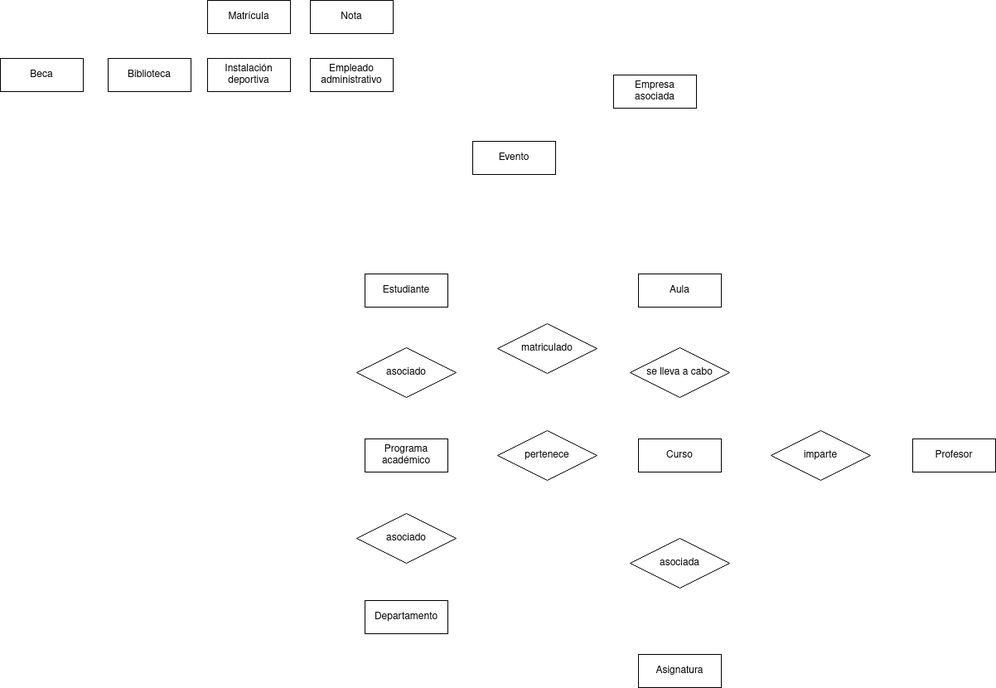
This is modelo-er/Modelo ER.drawio.png from RafaelMayor/proyectoBBDD, a draw.io export, as it was before one commit. Source tidied: cells renumbered, new cells last; positions are measured from the earlier drawing's top-left corner, leaving out a move shared by most shapes. Source of this version:
```xml
<mxGraphModel>
  <root>
    <mxCell id="0" />
    <mxCell id="1" parent="0" />
    <mxCell id="2" value="Estudiante" style="whiteSpace=wrap;html=1;align=center;" parent="1" vertex="1">
      <mxGeometry x="440" y="330" width="100" height="40" as="geometry" />
    </mxCell>
    <mxCell id="3" value="Profesor" style="whiteSpace=wrap;html=1;align=center;" parent="1" vertex="1">
      <mxGeometry x="1101" y="529" width="100" height="40" as="geometry" />
    </mxCell>
    <mxCell id="4" value="Programa académico" style="whiteSpace=wrap;html=1;align=center;" parent="1" vertex="1">
      <mxGeometry x="440" y="529" width="100" height="40" as="geometry" />
    </mxCell>
    <mxCell id="5" value="Curso" style="whiteSpace=wrap;html=1;align=center;" parent="1" vertex="1">
      <mxGeometry x="770" y="529" width="100" height="40" as="geometry" />
    </mxCell>
    <mxCell id="6" value="Asignatura" style="whiteSpace=wrap;html=1;align=center;" parent="1" vertex="1">
      <mxGeometry x="770" y="789" width="100" height="40" as="geometry" />
    </mxCell>
    <mxCell id="7" value="Aula" style="whiteSpace=wrap;html=1;align=center;" parent="1" vertex="1">
      <mxGeometry x="770" y="330" width="100" height="40" as="geometry" />
    </mxCell>
    <mxCell id="8" value="Departamento" style="whiteSpace=wrap;html=1;align=center;" parent="1" vertex="1">
      <mxGeometry x="440" y="724" width="100" height="40" as="geometry" />
    </mxCell>
    <mxCell id="9" value="Matrícula" style="whiteSpace=wrap;html=1;align=center;" parent="1" vertex="1">
      <mxGeometry x="250" width="100" height="40" as="geometry" />
    </mxCell>
    <mxCell id="10" value="Nota" style="whiteSpace=wrap;html=1;align=center;" parent="1" vertex="1">
      <mxGeometry x="374" width="100" height="40" as="geometry" />
    </mxCell>
    <mxCell id="11" value="Evento" style="whiteSpace=wrap;html=1;align=center;" parent="1" vertex="1">
      <mxGeometry x="570" y="170" width="100" height="40" as="geometry" />
    </mxCell>
    <mxCell id="12" value="Beca" style="whiteSpace=wrap;html=1;align=center;" parent="1" vertex="1">
      <mxGeometry y="70" width="100" height="40" as="geometry" />
    </mxCell>
    <mxCell id="13" value="Biblioteca" style="whiteSpace=wrap;html=1;align=center;" parent="1" vertex="1">
      <mxGeometry x="130" y="70" width="100" height="40" as="geometry" />
    </mxCell>
    <mxCell id="14" value="Instalación deportiva" style="whiteSpace=wrap;html=1;align=center;" parent="1" vertex="1">
      <mxGeometry x="250" y="70" width="100" height="40" as="geometry" />
    </mxCell>
    <mxCell id="15" value="Empleado administrativo" style="whiteSpace=wrap;html=1;align=center;" parent="1" vertex="1">
      <mxGeometry x="374" y="70" width="100" height="40" as="geometry" />
    </mxCell>
    <mxCell id="16" value="Empresa asociada" style="whiteSpace=wrap;html=1;align=center;" parent="1" vertex="1">
      <mxGeometry x="740" y="90" width="100" height="40" as="geometry" />
    </mxCell>
    <mxCell id="17" value="asociado" style="shape=rhombus;perimeter=rhombusPerimeter;whiteSpace=wrap;html=1;align=center;" parent="1" vertex="1">
      <mxGeometry x="430" y="419" width="120" height="60" as="geometry" />
    </mxCell>
    <mxCell id="18" value="pertenece" style="shape=rhombus;perimeter=rhombusPerimeter;whiteSpace=wrap;html=1;align=center;" parent="1" vertex="1">
      <mxGeometry x="600" y="519" width="120" height="60" as="geometry" />
    </mxCell>
    <mxCell id="19" value="imparte" style="shape=rhombus;perimeter=rhombusPerimeter;whiteSpace=wrap;html=1;align=center;" parent="1" vertex="1">
      <mxGeometry x="930" y="519" width="120" height="60" as="geometry" />
    </mxCell>
    <mxCell id="20" value="asociada" style="shape=rhombus;perimeter=rhombusPerimeter;whiteSpace=wrap;html=1;align=center;" parent="1" vertex="1">
      <mxGeometry x="760" y="649" width="120" height="60" as="geometry" />
    </mxCell>
    <mxCell id="21" value="se lleva a cabo" style="shape=rhombus;perimeter=rhombusPerimeter;whiteSpace=wrap;html=1;align=center;" parent="1" vertex="1">
      <mxGeometry x="760" y="419" width="120" height="60" as="geometry" />
    </mxCell>
    <mxCell id="22" value="asociado" style="shape=rhombus;perimeter=rhombusPerimeter;whiteSpace=wrap;html=1;align=center;" parent="1" vertex="1">
      <mxGeometry x="430" y="619" width="120" height="60" as="geometry" />
    </mxCell>
    <mxCell id="23" value="matriculado" style="shape=rhombus;perimeter=rhombusPerimeter;whiteSpace=wrap;html=1;align=center;" parent="1" vertex="1">
      <mxGeometry x="600" y="390" width="120" height="60" as="geometry" />
    </mxCell>
  </root>
</mxGraphModel>
```
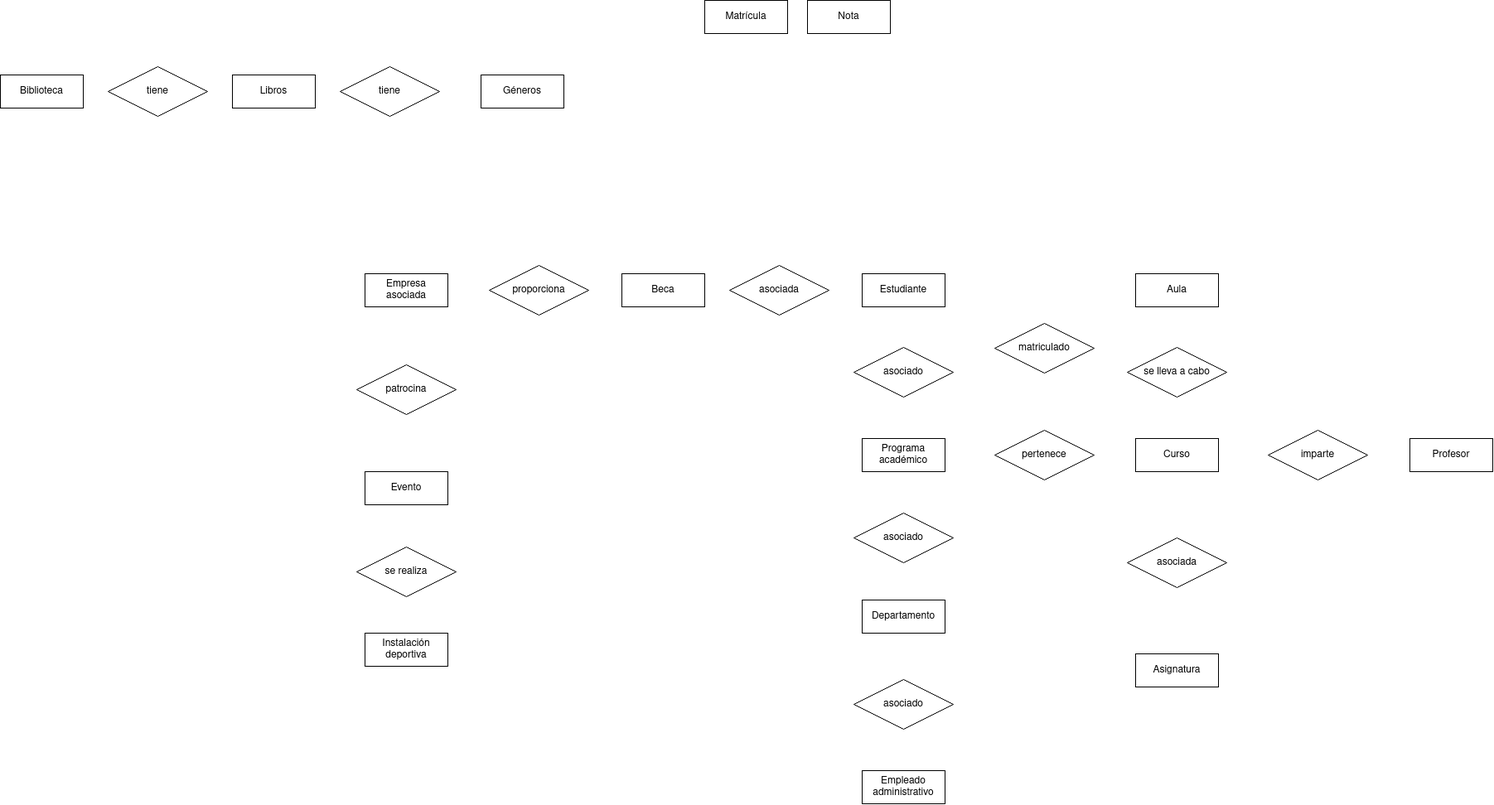
Above is the later version.

The edit, as a diff of the source:
```diff
@@ -30,22 +30,22 @@
       <mxGeometry x="374" width="100" height="40" as="geometry" />
     </mxCell>
     <mxCell id="11" value="Evento" style="whiteSpace=wrap;html=1;align=center;" parent="1" vertex="1">
-      <mxGeometry x="570" y="170" width="100" height="40" as="geometry" />
+      <mxGeometry x="-160" y="569" width="100" height="40" as="geometry" />
     </mxCell>
     <mxCell id="12" value="Beca" style="whiteSpace=wrap;html=1;align=center;" parent="1" vertex="1">
-      <mxGeometry y="70" width="100" height="40" as="geometry" />
+      <mxGeometry x="150" y="330" width="100" height="40" as="geometry" />
     </mxCell>
     <mxCell id="13" value="Biblioteca" style="whiteSpace=wrap;html=1;align=center;" parent="1" vertex="1">
-      <mxGeometry x="130" y="70" width="100" height="40" as="geometry" />
+      <mxGeometry x="-600" y="90" width="100" height="40" as="geometry" />
     </mxCell>
     <mxCell id="14" value="Instalación deportiva" style="whiteSpace=wrap;html=1;align=center;" parent="1" vertex="1">
-      <mxGeometry x="250" y="70" width="100" height="40" as="geometry" />
+      <mxGeometry x="-160" y="764" width="100" height="40" as="geometry" />
     </mxCell>
     <mxCell id="15" value="Empleado administrativo" style="whiteSpace=wrap;html=1;align=center;" parent="1" vertex="1">
-      <mxGeometry x="374" y="70" width="100" height="40" as="geometry" />
+      <mxGeometry x="440" y="930" width="100" height="40" as="geometry" />
     </mxCell>
     <mxCell id="16" value="Empresa asociada" style="whiteSpace=wrap;html=1;align=center;" parent="1" vertex="1">
-      <mxGeometry x="740" y="90" width="100" height="40" as="geometry" />
+      <mxGeometry x="-160" y="330" width="100" height="40" as="geometry" />
     </mxCell>
     <mxCell id="17" value="asociado" style="shape=rhombus;perimeter=rhombusPerimeter;whiteSpace=wrap;html=1;align=center;" parent="1" vertex="1">
       <mxGeometry x="430" y="419" width="120" height="60" as="geometry" />
@@ -68,5 +68,32 @@
     <mxCell id="23" value="matriculado" style="shape=rhombus;perimeter=rhombusPerimeter;whiteSpace=wrap;html=1;align=center;" parent="1" vertex="1">
       <mxGeometry x="600" y="390" width="120" height="60" as="geometry" />
     </mxCell>
+    <mxCell id="24" value="patrocina" style="shape=rhombus;perimeter=rhombusPerimeter;whiteSpace=wrap;html=1;align=center;" parent="1" vertex="1">
+      <mxGeometry x="-170" y="440" width="120" height="60" as="geometry" />
+    </mxCell>
+    <mxCell id="25" value="proporciona" style="shape=rhombus;perimeter=rhombusPerimeter;whiteSpace=wrap;html=1;align=center;" parent="1" vertex="1">
+      <mxGeometry x="-10" y="320" width="120" height="60" as="geometry" />
+    </mxCell>
+    <mxCell id="26" value="asociada" style="shape=rhombus;perimeter=rhombusPerimeter;whiteSpace=wrap;html=1;align=center;" parent="1" vertex="1">
+      <mxGeometry x="280" y="320" width="120" height="60" as="geometry" />
+    </mxCell>
+    <mxCell id="27" value="Libros" style="whiteSpace=wrap;html=1;align=center;" parent="1" vertex="1">
+      <mxGeometry x="-320" y="90" width="100" height="40" as="geometry" />
+    </mxCell>
+    <mxCell id="28" value="tiene" style="shape=rhombus;perimeter=rhombusPerimeter;whiteSpace=wrap;html=1;align=center;" parent="1" vertex="1">
+      <mxGeometry x="-470" y="80" width="120" height="60" as="geometry" />
+    </mxCell>
+    <mxCell id="29" value="tiene" style="shape=rhombus;perimeter=rhombusPerimeter;whiteSpace=wrap;html=1;align=center;" parent="1" vertex="1">
+      <mxGeometry x="-190" y="80" width="120" height="60" as="geometry" />
+    </mxCell>
+    <mxCell id="30" value="Géneros" style="whiteSpace=wrap;html=1;align=center;" parent="1" vertex="1">
+      <mxGeometry x="-20" y="90" width="100" height="40" as="geometry" />
+    </mxCell>
+    <mxCell id="31" value="asociado" style="shape=rhombus;perimeter=rhombusPerimeter;whiteSpace=wrap;html=1;align=center;" parent="1" vertex="1">
+      <mxGeometry x="430" y="820" width="120" height="60" as="geometry" />
+    </mxCell>
+    <mxCell id="32" value="se realiza" style="shape=rhombus;perimeter=rhombusPerimeter;whiteSpace=wrap;html=1;align=center;" parent="1" vertex="1">
+      <mxGeometry x="-170" y="660" width="120" height="60" as="geometry" />
+    </mxCell>
   </root>
 </mxGraphModel>
```
